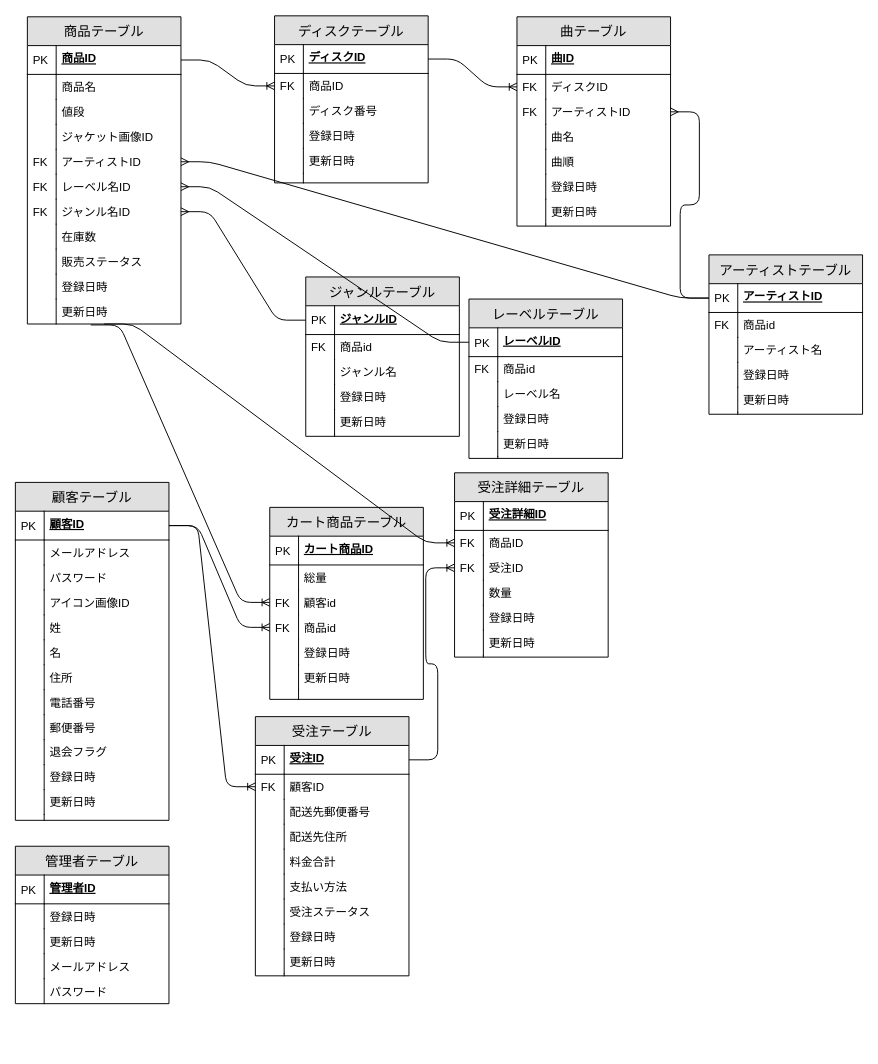
saezurucrow/ec-site keeps this draw.io diagram as Design/ER図.drawio. Above is the earlier version. Source tidied: cells renumbered, new cells numbered last; positions are measured from the earlier drawing's top-left corner, leaving out a move shared by most shapes. Both pictures are drawn from the tidied source at 96%, with x=0, y=0 at pixel (15, 15).
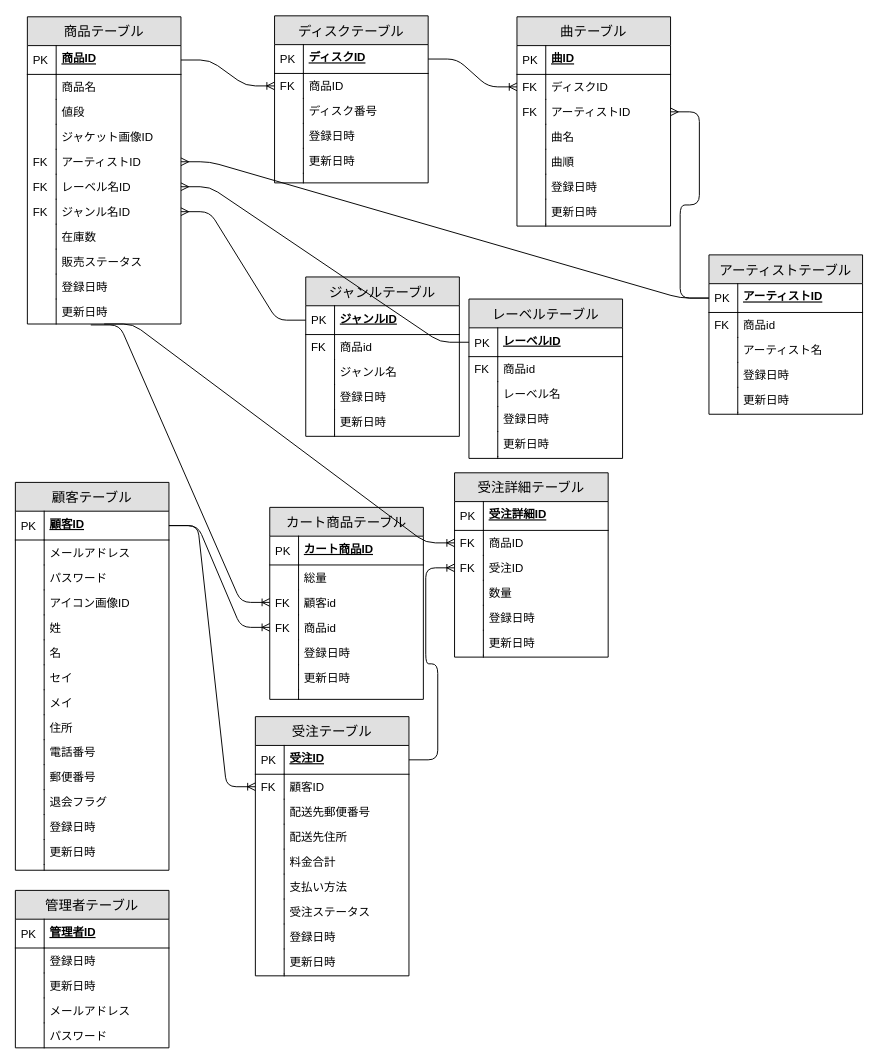
The same diagram, later.

What changed in the source:
```diff
@@
     <mxCell id="2" value="顧客テーブル" style="swimlane;fontStyle=0;horizontal=1;startSize=30;fillColor=#e0e0e0;swimlaneFillColor=#ffffff;align=center;fontSize=14;" parent="1" vertex="1">
-      <mxGeometry x="-0.5" y="486" width="160" height="352" as="geometry" />
+      <mxGeometry x="-0.5" y="486" width="160" height="404" as="geometry" />
     </mxCell>
@@
+    <mxCell id="194" value="姓" style="shape=partialRectangle;top=0;left=0;right=0;bottom=0;align=left;verticalAlign=top;fillColor=none;spacingLeft=34;spacingRight=4;overflow=hidden;fontSize=12;" parent="2" vertex="1">
+      <mxGeometry y="138" width="160" height="26" as="geometry" />
+    </mxCell>
+    <mxCell id="195" style="shape=partialRectangle;top=0;left=0;bottom=0;fillColor=none;align=left;verticalAlign=top;spacingLeft=4;spacingRight=4;overflow=hidden;fontSize=12;" parent="194" vertex="1">
+      <mxGeometry width="30" height="26" as="geometry" />
+    </mxCell>
+    <mxCell id="196" value="名" style="shape=partialRectangle;top=0;left=0;right=0;bottom=0;align=left;verticalAlign=top;fillColor=none;spacingLeft=34;spacingRight=4;overflow=hidden;fontSize=12;" parent="2" vertex="1">
+      <mxGeometry y="164" width="160" height="26" as="geometry" />
+    </mxCell>
+    <mxCell id="197" style="shape=partialRectangle;top=0;left=0;bottom=0;fillColor=none;align=left;verticalAlign=top;spacingLeft=4;spacingRight=4;overflow=hidden;fontSize=12;" parent="196" vertex="1">
+      <mxGeometry width="30" height="26" as="geometry" />
+    </mxCell>
-    <mxCell id="11" value="姓" style="shape=partialRectangle;top=0;left=0;right=0;bottom=0;align=left;verticalAlign=top;fillColor=none;spacingLeft=34;spacingRight=4;overflow=hidden;fontSize=12;" parent="2" vertex="1">
-      <mxGeometry y="138" width="160" height="26" as="geometry" />
+    <mxCell id="11" value="セイ" style="shape=partialRectangle;top=0;left=0;right=0;bottom=0;align=left;verticalAlign=top;fillColor=none;spacingLeft=34;spacingRight=4;overflow=hidden;fontSize=12;" parent="2" vertex="1">
+      <mxGeometry y="190" width="160" height="26" as="geometry" />
     </mxCell>
@@
-    <mxCell id="13" value="名" style="shape=partialRectangle;top=0;left=0;right=0;bottom=0;align=left;verticalAlign=top;fillColor=none;spacingLeft=34;spacingRight=4;overflow=hidden;fontSize=12;" parent="2" vertex="1">
-      <mxGeometry y="164" width="160" height="26" as="geometry" />
+    <mxCell id="13" value="メイ" style="shape=partialRectangle;top=0;left=0;right=0;bottom=0;align=left;verticalAlign=top;fillColor=none;spacingLeft=34;spacingRight=4;overflow=hidden;fontSize=12;" parent="2" vertex="1">
+      <mxGeometry y="216" width="160" height="26" as="geometry" />
     </mxCell>
@@
     <mxCell id="15" value="住所" style="shape=partialRectangle;top=0;left=0;right=0;bottom=0;align=left;verticalAlign=top;fillColor=none;spacingLeft=34;spacingRight=4;overflow=hidden;fontSize=12;" parent="2" vertex="1">
-      <mxGeometry y="190" width="160" height="26" as="geometry" />
+      <mxGeometry y="242" width="160" height="26" as="geometry" />
     </mxCell>
@@
     <mxCell id="17" value="電話番号&#10;&#10;" style="shape=partialRectangle;top=0;left=0;right=0;bottom=0;align=left;verticalAlign=top;fillColor=none;spacingLeft=34;spacingRight=4;overflow=hidden;fontSize=12;" parent="2" vertex="1">
-      <mxGeometry y="216" width="160" height="26" as="geometry" />
+      <mxGeometry y="268" width="160" height="26" as="geometry" />
     </mxCell>
@@
     <mxCell id="19" value="郵便番号" style="shape=partialRectangle;top=0;left=0;right=0;bottom=0;align=left;verticalAlign=top;fillColor=none;spacingLeft=34;spacingRight=4;overflow=hidden;fontSize=12;" parent="2" vertex="1">
-      <mxGeometry y="242" width="160" height="26" as="geometry" />
+      <mxGeometry y="294" width="160" height="26" as="geometry" />
     </mxCell>
@@
     <mxCell id="21" value="退会フラグ" style="shape=partialRectangle;top=0;left=0;right=0;bottom=0;align=left;verticalAlign=top;fillColor=none;spacingLeft=34;spacingRight=4;overflow=hidden;fontSize=12;" parent="2" vertex="1">
-      <mxGeometry y="268" width="160" height="26" as="geometry" />
+      <mxGeometry y="320" width="160" height="26" as="geometry" />
     </mxCell>
@@
     <mxCell id="23" value="登録日時" style="shape=partialRectangle;top=0;left=0;right=0;bottom=0;align=left;verticalAlign=top;fillColor=none;spacingLeft=34;spacingRight=4;overflow=hidden;fontSize=12;" parent="2" vertex="1">
-      <mxGeometry y="294" width="160" height="26" as="geometry" />
+      <mxGeometry y="346" width="160" height="26" as="geometry" />
     </mxCell>
@@
     <mxCell id="25" value="更新日時" style="shape=partialRectangle;top=0;left=0;right=0;bottom=0;align=left;verticalAlign=top;fillColor=none;spacingLeft=34;spacingRight=4;overflow=hidden;fontSize=12;" parent="2" vertex="1">
-      <mxGeometry y="320" width="160" height="26" as="geometry" />
+      <mxGeometry y="372" width="160" height="26" as="geometry" />
     </mxCell>
@@
     <mxCell id="27" style="shape=partialRectangle;top=0;left=0;right=0;bottom=0;align=left;verticalAlign=top;fillColor=none;spacingLeft=34;spacingRight=4;overflow=hidden;fontSize=12;" parent="2" vertex="1">
-      <mxGeometry y="346" width="160" height="6" as="geometry" />
+      <mxGeometry y="398" width="160" height="6" as="geometry" />
     </mxCell>
@@
     <mxCell id="104" value="管理者テーブル" style="swimlane;fontStyle=0;horizontal=1;startSize=30;fillColor=#e0e0e0;swimlaneFillColor=#ffffff;align=center;fontSize=14;" parent="1" vertex="1">
-      <mxGeometry x="-0.5" y="865" width="160" height="164" as="geometry" />
+      <mxGeometry x="-0.5" y="911" width="160" height="164" as="geometry" />
     </mxCell>
```
